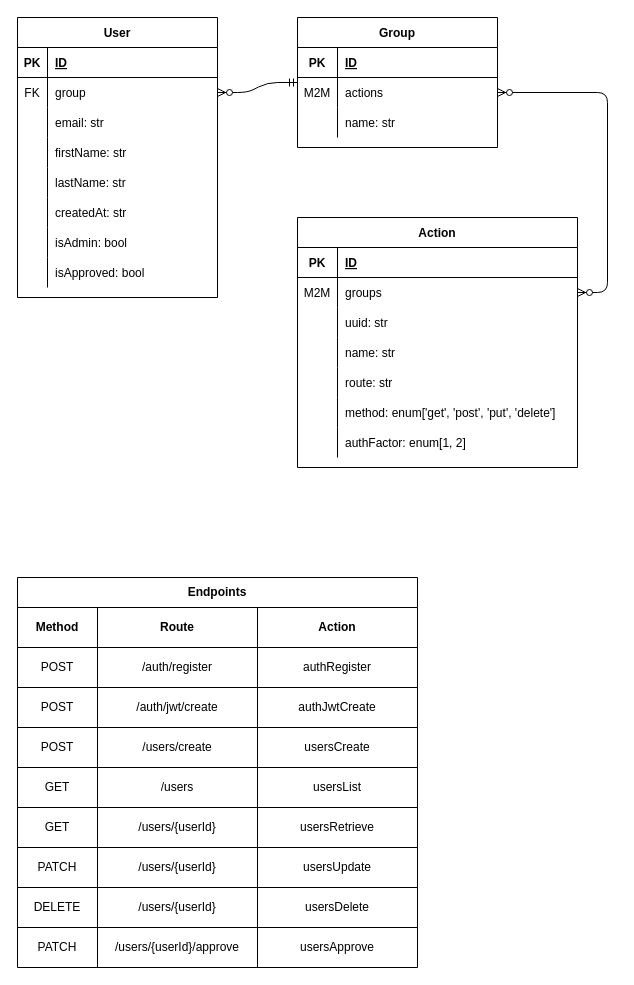
Above: page "entities" (1 of 2) of diagrams/abac.drawio in raisultan/abac (draw.io), before the change. Source tidied: cells renumbered, new cells numbered last; positions are measured from the earlier drawing's top-left corner, leaving out a move shared by most shapes. Both pictures are drawn from the tidied source at 100%, with x=0, y=0 at pixel (17, 17).
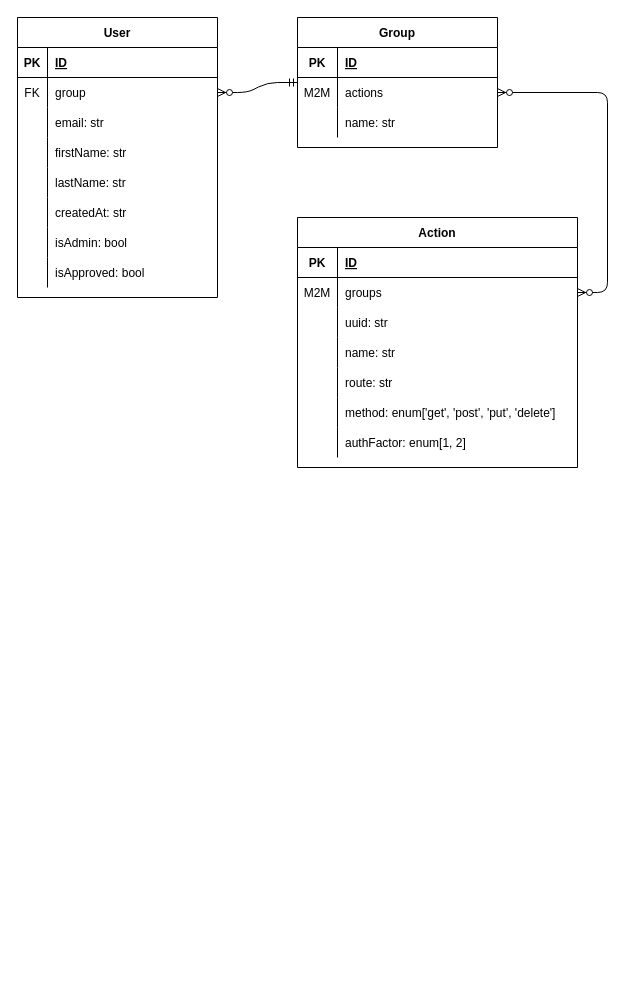
The same page after the edit.

Commit message:
diagram adjusted

Diff of the diagram source:
```diff
@@
-    <mxCell id="61" value="Endpoints" style="shape=table;html=1;whiteSpace=wrap;startSize=30;childLayout=tableLayout;fontStyle=1;align=center;" parent="1" vertex="1">
-      <mxGeometry y="560" width="400" height="390" as="geometry" />
-    </mxCell>
-    <mxCell id="62" style="shape=partialRectangle;html=1;whiteSpace=wrap;fillColor=none;top=0;left=0;bottom=0;right=0;" parent="61" vertex="1">
-      <mxGeometry y="30" width="400" height="40" as="geometry" />
-    </mxCell>
-    <mxCell id="63" value="Method" style="shape=partialRectangle;html=1;whiteSpace=wrap;fillColor=none;top=0;left=0;bottom=0;right=0;overflow=hidden;fontStyle=1;" parent="62" vertex="1">
-      <mxGeometry width="80" height="40" as="geometry" />
-    </mxCell>
-    <mxCell id="64" value="Route" style="shape=partialRectangle;html=1;whiteSpace=wrap;fillColor=none;top=0;left=0;bottom=0;right=0;overflow=hidden;fontStyle=1;" parent="62" vertex="1">
-      <mxGeometry x="80" width="160" height="40" as="geometry" />
-    </mxCell>
-    <mxCell id="65" value="Action" style="shape=partialRectangle;html=1;whiteSpace=wrap;fillColor=none;top=0;left=0;bottom=0;right=0;overflow=hidden;fontStyle=1;" parent="62" vertex="1">
-      <mxGeometry x="240" width="160" height="40" as="geometry" />
-    </mxCell>
-    <mxCell id="66" style="shape=partialRectangle;html=1;whiteSpace=wrap;fillColor=none;top=0;left=0;bottom=0;right=0;" parent="61" vertex="1">
-      <mxGeometry y="70" width="400" height="40" as="geometry" />
-    </mxCell>
-    <mxCell id="67" value="&lt;span&gt;POST&lt;/span&gt;" style="shape=partialRectangle;html=1;whiteSpace=wrap;fillColor=none;top=0;left=0;bottom=0;right=0;overflow=hidden;" parent="66" vertex="1">
-      <mxGeometry width="80" height="40" as="geometry" />
-    </mxCell>
-    <mxCell id="68" value="&lt;span style=&quot;text-align: left&quot;&gt;/auth/register&lt;/span&gt;" style="shape=partialRectangle;html=1;whiteSpace=wrap;fillColor=none;top=0;left=0;bottom=0;right=0;overflow=hidden;" parent="66" vertex="1">
-      <mxGeometry x="80" width="160" height="40" as="geometry" />
-    </mxCell>
-    <mxCell id="69" value="authRegister" style="shape=partialRectangle;html=1;whiteSpace=wrap;fillColor=none;top=0;left=0;bottom=0;right=0;overflow=hidden;" parent="66" vertex="1">
-      <mxGeometry x="240" width="160" height="40" as="geometry" />
-    </mxCell>
-    <mxCell id="70" style="shape=partialRectangle;html=1;whiteSpace=wrap;fillColor=none;top=0;left=0;bottom=0;right=0;" parent="61" vertex="1">
-      <mxGeometry y="110" width="400" height="40" as="geometry" />
-    </mxCell>
-    <mxCell id="71" value="&lt;span&gt;POST&lt;/span&gt;" style="shape=partialRectangle;html=1;whiteSpace=wrap;fillColor=none;top=0;left=0;bottom=0;right=0;overflow=hidden;" parent="70" vertex="1">
-      <mxGeometry width="80" height="40" as="geometry" />
-    </mxCell>
-    <mxCell id="72" value="&lt;span style=&quot;text-align: left&quot;&gt;/auth/jwt/create&lt;/span&gt;" style="shape=partialRectangle;html=1;whiteSpace=wrap;fillColor=none;top=0;left=0;bottom=0;right=0;overflow=hidden;" parent="70" vertex="1">
-      <mxGeometry x="80" width="160" height="40" as="geometry" />
-    </mxCell>
-    <mxCell id="73" value="authJwtCreate" style="shape=partialRectangle;html=1;whiteSpace=wrap;fillColor=none;top=0;left=0;bottom=0;right=0;overflow=hidden;" parent="70" vertex="1">
-      <mxGeometry x="240" width="160" height="40" as="geometry" />
-    </mxCell>
-    <mxCell id="74" style="shape=partialRectangle;html=1;whiteSpace=wrap;fillColor=none;top=0;left=0;bottom=0;right=0;" parent="61" vertex="1">
-      <mxGeometry y="150" width="400" height="40" as="geometry" />
-    </mxCell>
-    <mxCell id="75" value="POST" style="shape=partialRectangle;html=1;whiteSpace=wrap;fillColor=none;top=0;left=0;bottom=0;right=0;overflow=hidden;" parent="74" vertex="1">
-      <mxGeometry width="80" height="40" as="geometry" />
-    </mxCell>
-    <mxCell id="76" value="&lt;span style=&quot;text-align: left&quot;&gt;/users/create&lt;/span&gt;" style="shape=partialRectangle;html=1;whiteSpace=wrap;fillColor=none;top=0;left=0;bottom=0;right=0;overflow=hidden;" parent="74" vertex="1">
-      <mxGeometry x="80" width="160" height="40" as="geometry" />
-    </mxCell>
-    <mxCell id="77" value="usersCreate" style="shape=partialRectangle;html=1;whiteSpace=wrap;fillColor=none;top=0;left=0;bottom=0;right=0;overflow=hidden;" parent="74" vertex="1">
-      <mxGeometry x="240" width="160" height="40" as="geometry" />
-    </mxCell>
-    <mxCell id="78" style="shape=partialRectangle;html=1;whiteSpace=wrap;fillColor=none;top=0;left=0;bottom=0;right=0;" parent="61" vertex="1">
-      <mxGeometry y="190" width="400" height="40" as="geometry" />
-    </mxCell>
-    <mxCell id="79" value="GET" style="shape=partialRectangle;html=1;whiteSpace=wrap;fillColor=none;top=0;left=0;bottom=0;right=0;overflow=hidden;" parent="78" vertex="1">
-      <mxGeometry width="80" height="40" as="geometry" />
-    </mxCell>
-    <mxCell id="80" value="&lt;span style=&quot;text-align: left&quot;&gt;/users&lt;/span&gt;" style="shape=partialRectangle;html=1;whiteSpace=wrap;fillColor=none;top=0;left=0;bottom=0;right=0;overflow=hidden;" parent="78" vertex="1">
-      <mxGeometry x="80" width="160" height="40" as="geometry" />
-    </mxCell>
-    <mxCell id="81" value="usersList" style="shape=partialRectangle;html=1;whiteSpace=wrap;fillColor=none;top=0;left=0;bottom=0;right=0;overflow=hidden;" parent="78" vertex="1">
-      <mxGeometry x="240" width="160" height="40" as="geometry" />
-    </mxCell>
-    <mxCell id="82" style="shape=partialRectangle;html=1;whiteSpace=wrap;fillColor=none;top=0;left=0;bottom=0;right=0;" parent="61" vertex="1">
-      <mxGeometry y="230" width="400" height="40" as="geometry" />
-    </mxCell>
-    <mxCell id="83" value="GET" style="shape=partialRectangle;html=1;whiteSpace=wrap;fillColor=none;top=0;left=0;bottom=0;right=0;overflow=hidden;" parent="82" vertex="1">
-      <mxGeometry width="80" height="40" as="geometry" />
-    </mxCell>
-    <mxCell id="84" value="&lt;span style=&quot;text-align: left&quot;&gt;/users/{userId}&lt;/span&gt;" style="shape=partialRectangle;html=1;whiteSpace=wrap;fillColor=none;top=0;left=0;bottom=0;right=0;overflow=hidden;" parent="82" vertex="1">
-      <mxGeometry x="80" width="160" height="40" as="geometry" />
-    </mxCell>
-    <mxCell id="85" value="usersRetrieve" style="shape=partialRectangle;html=1;whiteSpace=wrap;fillColor=none;top=0;left=0;bottom=0;right=0;overflow=hidden;" parent="82" vertex="1">
-      <mxGeometry x="240" width="160" height="40" as="geometry" />
-    </mxCell>
-    <mxCell id="86" style="shape=partialRectangle;html=1;whiteSpace=wrap;fillColor=none;top=0;left=0;bottom=0;right=0;" parent="61" vertex="1">
-      <mxGeometry y="270" width="400" height="40" as="geometry" />
-    </mxCell>
-    <mxCell id="87" value="PATCH" style="shape=partialRectangle;html=1;whiteSpace=wrap;fillColor=none;top=0;left=0;bottom=0;right=0;overflow=hidden;" parent="86" vertex="1">
-      <mxGeometry width="80" height="40" as="geometry" />
-    </mxCell>
-    <mxCell id="88" value="&lt;span style=&quot;text-align: left&quot;&gt;/users/{userId}&lt;/span&gt;" style="shape=partialRectangle;html=1;whiteSpace=wrap;fillColor=none;top=0;left=0;bottom=0;right=0;overflow=hidden;" parent="86" vertex="1">
-      <mxGeometry x="80" width="160" height="40" as="geometry" />
-    </mxCell>
-    <mxCell id="89" value="usersUpdate" style="shape=partialRectangle;html=1;whiteSpace=wrap;fillColor=none;top=0;left=0;bottom=0;right=0;overflow=hidden;" parent="86" vertex="1">
-      <mxGeometry x="240" width="160" height="40" as="geometry" />
-    </mxCell>
-    <mxCell id="90" style="shape=partialRectangle;html=1;whiteSpace=wrap;fillColor=none;top=0;left=0;bottom=0;right=0;" parent="61" vertex="1">
-      <mxGeometry y="310" width="400" height="40" as="geometry" />
-    </mxCell>
-    <mxCell id="91" value="DELETE" style="shape=partialRectangle;html=1;whiteSpace=wrap;fillColor=none;top=0;left=0;bottom=0;right=0;overflow=hidden;" parent="90" vertex="1">
-      <mxGeometry width="80" height="40" as="geometry" />
-    </mxCell>
-    <mxCell id="92" value="&lt;span style=&quot;text-align: left&quot;&gt;/users/{userId}&lt;/span&gt;" style="shape=partialRectangle;html=1;whiteSpace=wrap;fillColor=none;top=0;left=0;bottom=0;right=0;overflow=hidden;" parent="90" vertex="1">
-      <mxGeometry x="80" width="160" height="40" as="geometry" />
-    </mxCell>
-    <mxCell id="93" value="usersDelete" style="shape=partialRectangle;html=1;whiteSpace=wrap;fillColor=none;top=0;left=0;bottom=0;right=0;overflow=hidden;" parent="90" vertex="1">
-      <mxGeometry x="240" width="160" height="40" as="geometry" />
-    </mxCell>
-    <mxCell id="94" style="shape=partialRectangle;html=1;whiteSpace=wrap;fillColor=none;top=0;left=0;bottom=0;right=0;" parent="61" vertex="1">
-      <mxGeometry y="350" width="400" height="40" as="geometry" />
-    </mxCell>
-    <mxCell id="95" value="PATCH" style="shape=partialRectangle;html=1;whiteSpace=wrap;fillColor=none;top=0;left=0;bottom=0;right=0;overflow=hidden;" parent="94" vertex="1">
-      <mxGeometry width="80" height="40" as="geometry" />
-    </mxCell>
-    <mxCell id="96" value="&lt;span style=&quot;text-align: left&quot;&gt;/users/{userId}/approve&lt;/span&gt;" style="shape=partialRectangle;html=1;whiteSpace=wrap;fillColor=none;top=0;left=0;bottom=0;right=0;overflow=hidden;" parent="94" vertex="1">
-      <mxGeometry x="80" width="160" height="40" as="geometry" />
-    </mxCell>
-    <mxCell id="97" value="usersApprove" style="shape=partialRectangle;html=1;whiteSpace=wrap;fillColor=none;top=0;left=0;bottom=0;right=0;overflow=hidden;" parent="94" vertex="1">
-      <mxGeometry x="240" width="160" height="40" as="geometry" />
-    </mxCell>
```
